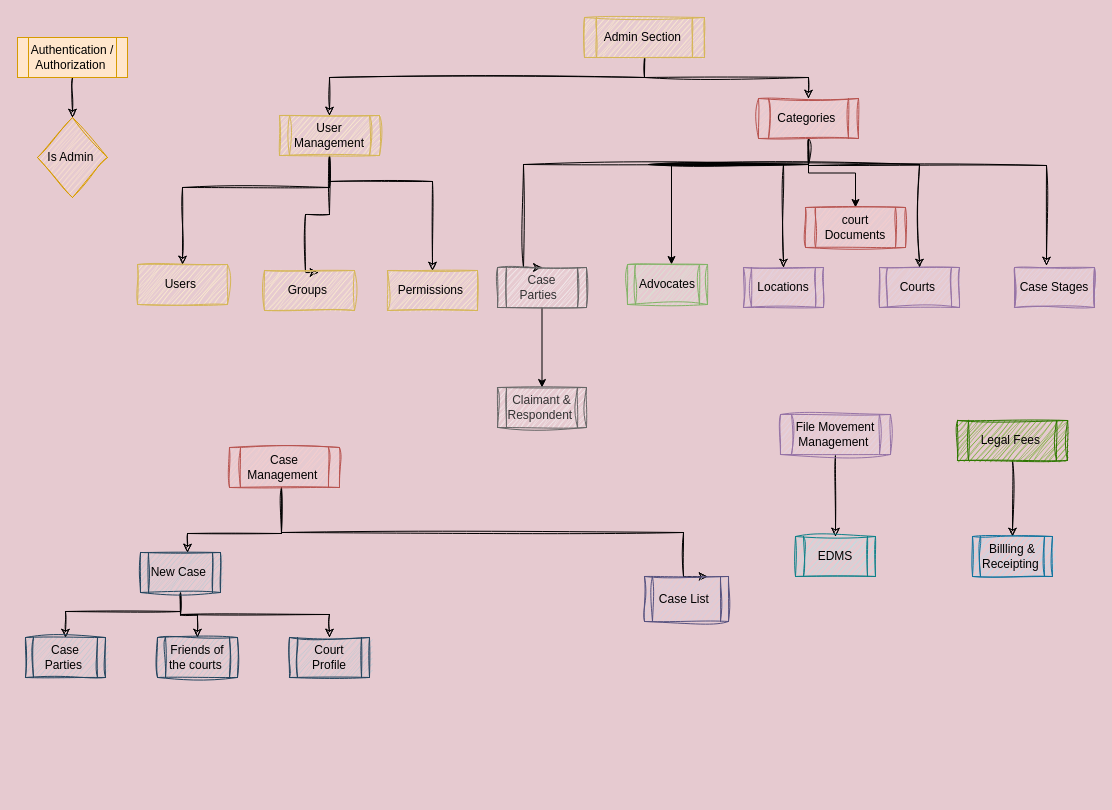
The draw.io diagram page "Overview" (1 of 10) of Mahakama_Design.drawio in openchlsystem/mahakama, before the edit. Source tidied: cells renumbered, new cells numbered last; positions are measured from the earlier drawing's top-left corner, leaving out a move shared by most shapes. Both pictures are drawn from the tidied source at 100%, with x=0, y=0 at pixel (17, 17).
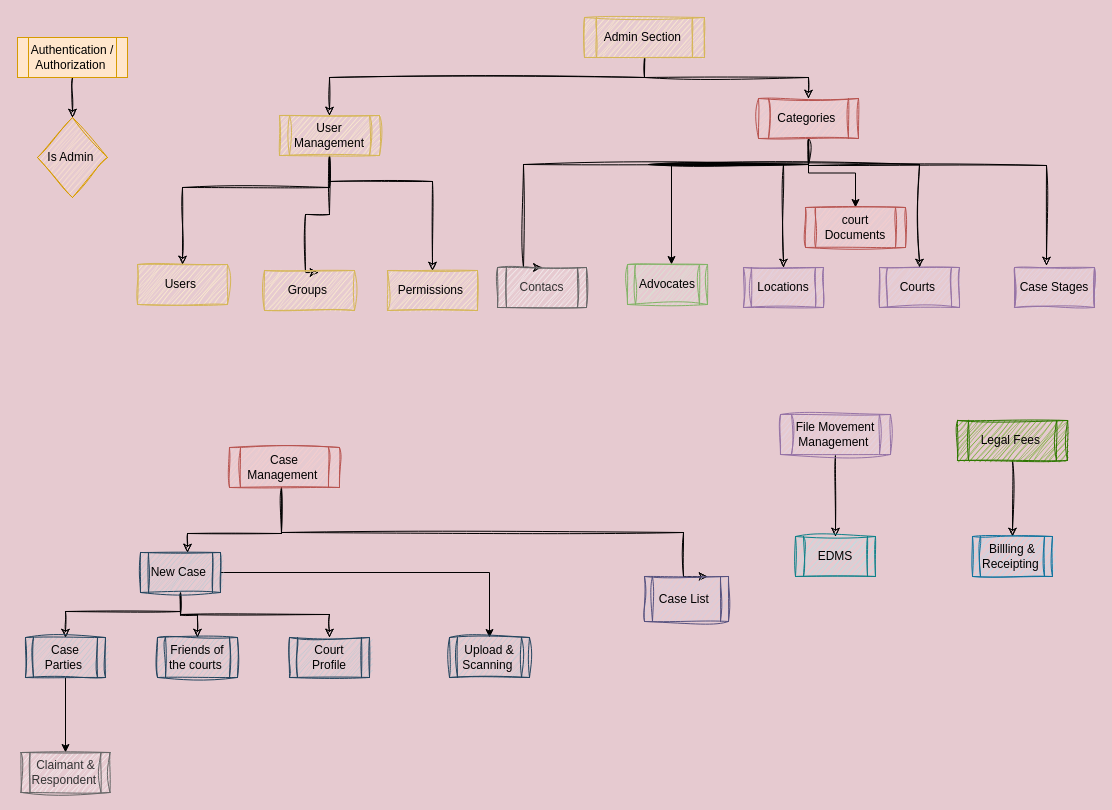
The same page after the edit.

Unchanged cells that the change refers to:
```xml
<mxCell id="32" value="New Case&amp;nbsp;" style="shape=process;whiteSpace=wrap;html=1;backgroundOutline=1;fillColor=#bac8d3;strokeColor=#23445d;sketch=1;curveFitting=1;jiggle=2;fontColor=#000000;" parent="1" vertex="1">
  <mxGeometry x="123" y="535" width="80" height="40" as="geometry" />
</mxCell>
<mxCell id="43" value="Case Parties&amp;nbsp;" style="shape=process;whiteSpace=wrap;html=1;backgroundOutline=1;fillColor=#bac8d3;strokeColor=#23445d;sketch=1;curveFitting=1;jiggle=2;fontColor=#000000;" parent="1" vertex="1">
  <mxGeometry x="8" y="620" width="80" height="40" as="geometry" />
</mxCell>
```

What changed in the source:
```diff
@@
-    <mxCell id="27" style="edgeStyle=orthogonalEdgeStyle;rounded=0;jettySize=auto;html=1;" parent="1" edge="1" source="28" target="46">
-      <mxGeometry relative="1" as="geometry" />
-    </mxCell>
-    <mxCell id="28" value="Case Parties&amp;nbsp;&amp;nbsp;" style="shape=process;whiteSpace=wrap;html=1;backgroundOutline=1;fillColor=#f5f5f5;fontColor=#333333;strokeColor=#666666;sketch=1;curveFitting=1;jiggle=2;" parent="1" vertex="1">
+    <mxCell id="28" value="Contacs" style="shape=process;whiteSpace=wrap;html=1;backgroundOutline=1;fillColor=#f5f5f5;fontColor=#333333;strokeColor=#666666;sketch=1;curveFitting=1;jiggle=2;" parent="1" vertex="1">
       <mxGeometry x="480" y="250" width="89" height="40" as="geometry" />
     </mxCell>
@@
+    <mxCell id="48" style="edgeStyle=orthogonalEdgeStyle;rounded=0;jettySize=auto;html=1;" parent="1" edge="1" source="32" target="50">
+      <mxGeometry relative="1" as="geometry" />
+    </mxCell>
@@
+    <mxCell id="49" style="edgeStyle=orthogonalEdgeStyle;rounded=0;jettySize=auto;html=1;" parent="1" edge="1" source="43" target="46">
+      <mxGeometry relative="1" as="geometry" />
+    </mxCell>
@@
     <mxCell id="46" value="Claimant &amp;amp; Respondent&amp;nbsp;" style="shape=process;whiteSpace=wrap;html=1;backgroundOutline=1;fillColor=#f5f5f5;fontColor=#333333;strokeColor=#666666;sketch=1;curveFitting=1;jiggle=2;" parent="1" vertex="1">
-      <mxGeometry x="480" y="370" width="89" height="40" as="geometry" />
+      <mxGeometry x="3.5" y="735" width="89" height="40" as="geometry" />
     </mxCell>
@@
+    <mxCell id="50" value="Upload &amp;amp; Scanning&amp;nbsp;" style="shape=process;whiteSpace=wrap;html=1;backgroundOutline=1;fillColor=#bac8d3;strokeColor=#23445d;sketch=1;curveFitting=1;jiggle=2;fontColor=#000000;" parent="1" vertex="1">
+      <mxGeometry x="432" y="620" width="80" height="40" as="geometry" />
+    </mxCell>
```
